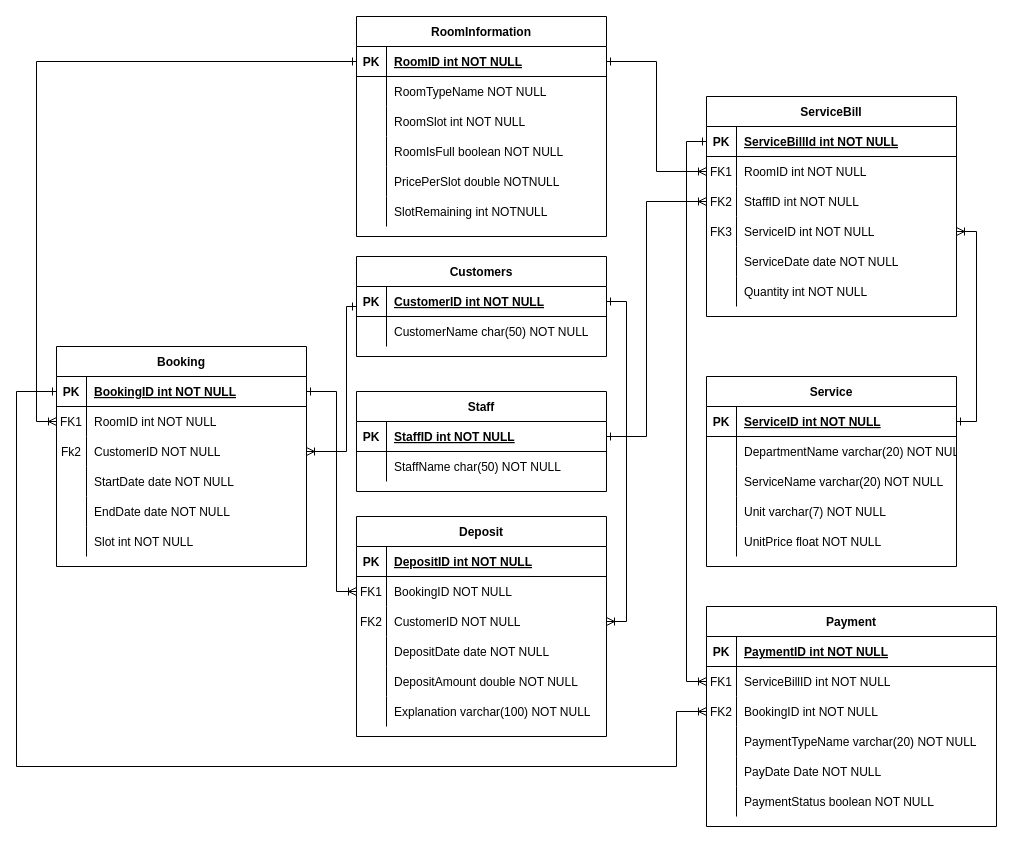
jonathanha52/SE104.L23.PMCL keeps this draw.io diagram as Diagram/Entity Relationship Diagram.drawio. Above is the earlier version. Source tidied: cells renumbered, new cells numbered last; positions are measured from the earlier drawing's top-left corner, leaving out a move shared by most shapes. Both pictures are drawn from the tidied source at 100%, with x=0, y=0 at pixel (16, 16).
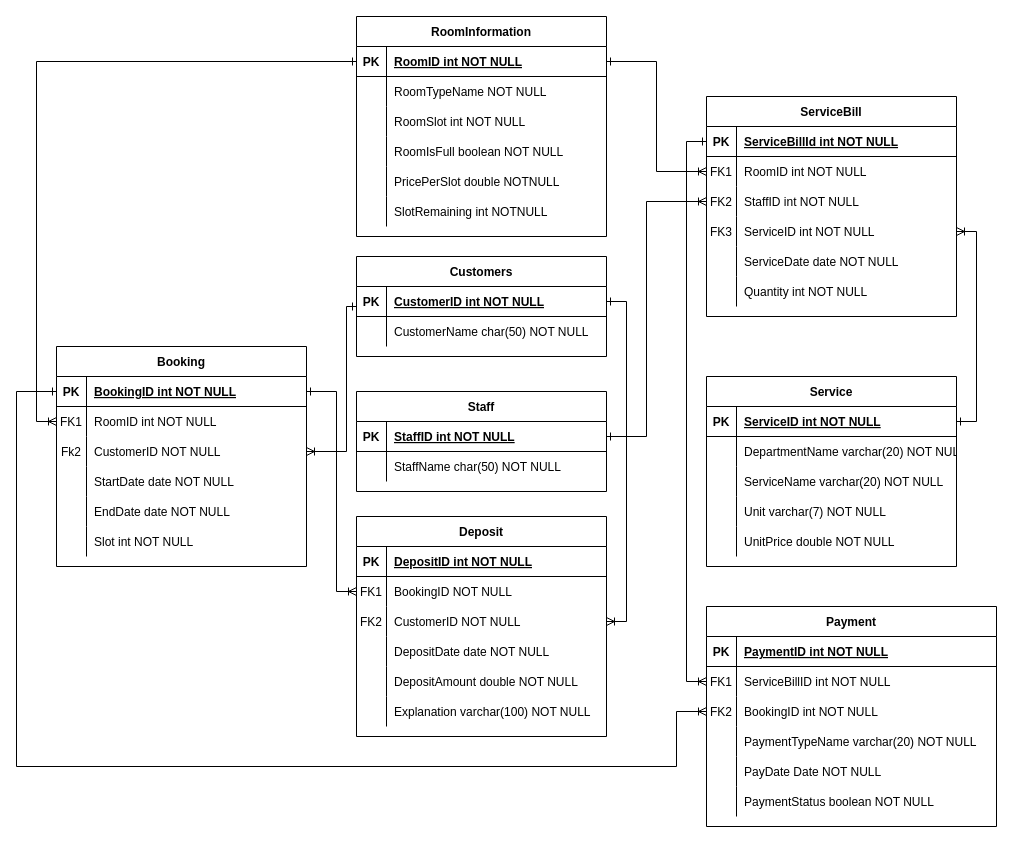
Above is the later version.

The change refers to these unchanged cells:
```xml
<mxCell id="35" style="shape=partialRectangle;fillColor=none;top=0;left=0;right=0;bottom=0;" parent="22" vertex="1">
  <mxGeometry y="150" width="250" height="30" as="geometry" />
</mxCell>
```

What changed in the source:
```diff
@@
-    <mxCell id="37" value="UnitPrice float NOT NULL" style="shape=partialRectangle;overflow=hidden;fillColor=none;top=0;left=0;bottom=0;right=0;align=left;spacingLeft=6;" parent="35" vertex="1">
+    <mxCell id="37" value="UnitPrice double NOT NULL" style="shape=partialRectangle;overflow=hidden;fillColor=none;top=0;left=0;bottom=0;right=0;align=left;spacingLeft=6;" parent="35" vertex="1">
       <mxGeometry x="30" width="220" height="30" as="geometry" />
     </mxCell>
```
